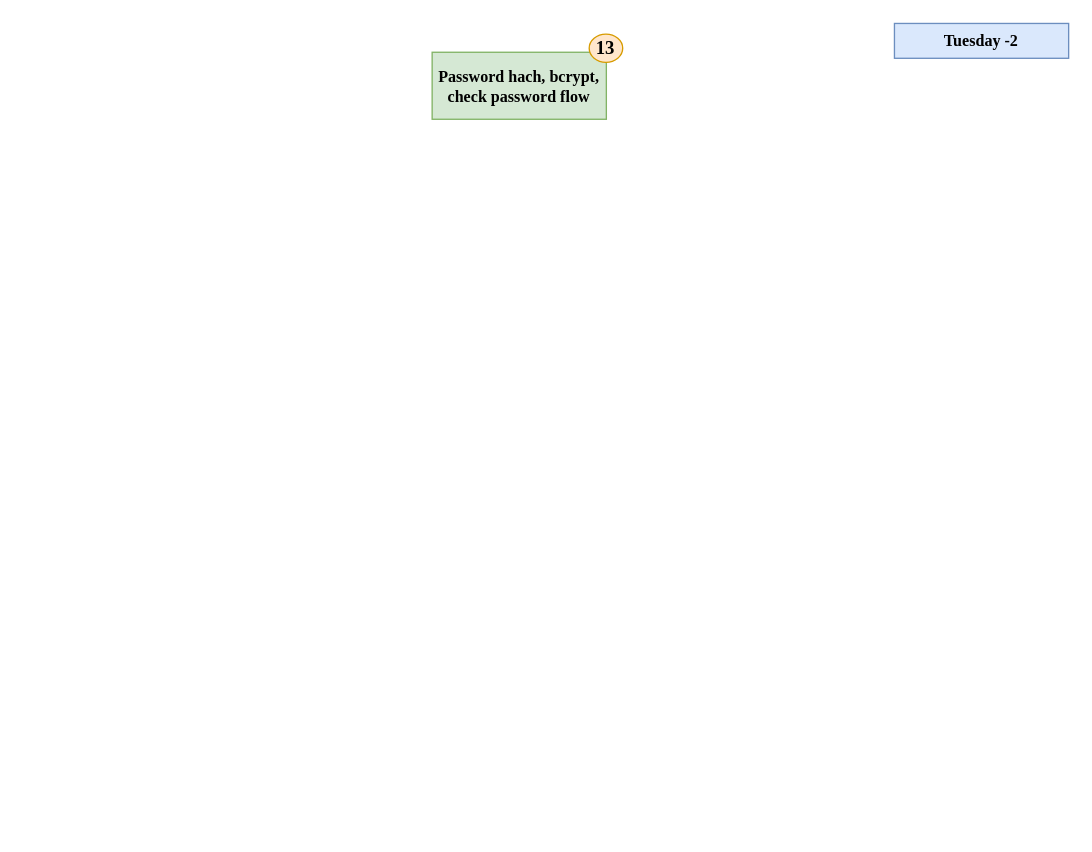
Earlier version of the draw.io diagram page "Tuesday" (3 of 5) of Fundamentals_conception_Node.drawio (AndrosovMA/Fundamentals-NodeJS). Source tidied: cells renumbered, new cells numbered last; positions are measured from the earlier drawing's top-left corner, leaving out a move shared by most shapes. Both pictures are drawn from the tidied source at 134%, with x=0, y=0 at pixel (431, 23).
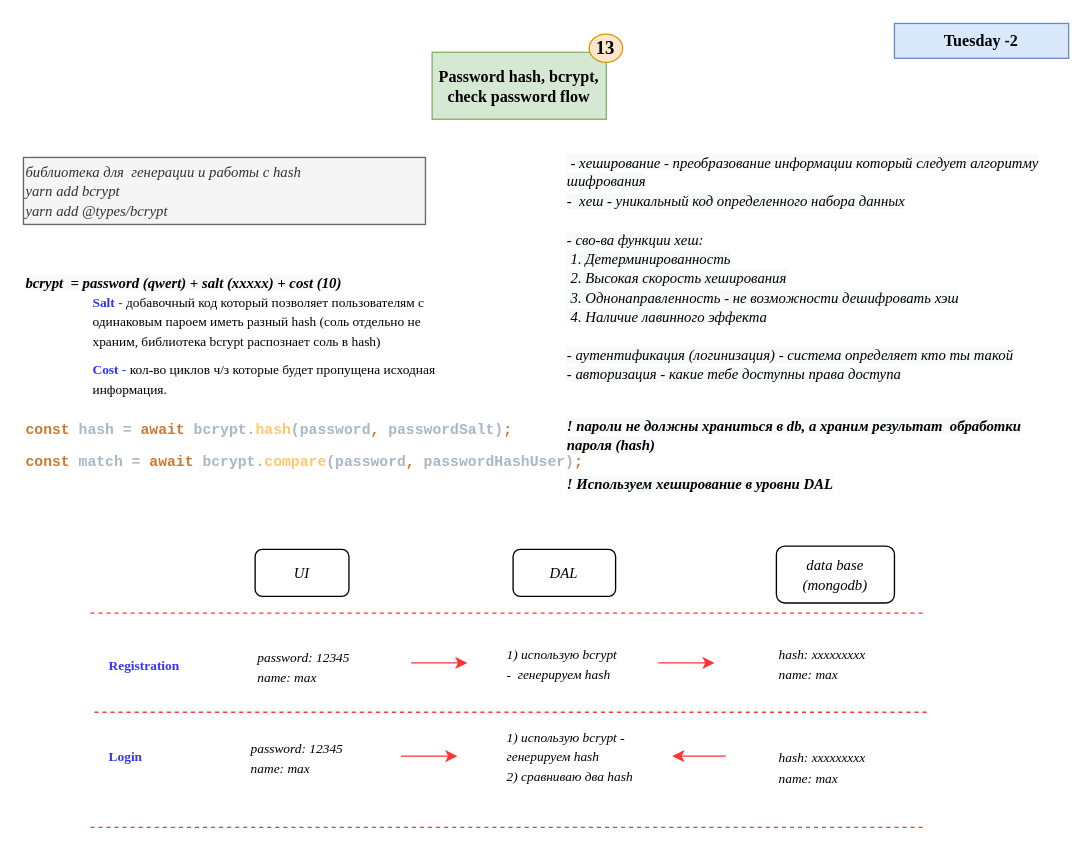
Above is the later version.

The change refers to these unchanged cells:
```xml
<mxCell id="2" style="group;" parent="1" vertex="1">
  <mxGeometry width="137.2" height="60.5" as="geometry" />
</mxCell>
```

Diff of the diagram source:
```diff
@@
-    <mxCell id="3" value="&lt;b&gt;Password hach, bcrypt, check password flow&lt;br&gt;&lt;/b&gt;" style="rounded=0;whiteSpace=wrap;html=1;fillColor=#d5e8d4;strokeColor=#82b366;fontFamily=Times New Roman;" parent="2" vertex="1">
+    <mxCell id="3" value="&lt;b&gt;Password hash, bcrypt, check password flow&lt;br&gt;&lt;/b&gt;" style="rounded=0;whiteSpace=wrap;html=1;fillColor=#d5e8d4;strokeColor=#82b366;fontFamily=Times New Roman;" parent="2" vertex="1">
       <mxGeometry y="21.5" width="130" height="50" as="geometry" />
     </mxCell>
@@
+    <mxCell id="6" value="&lt;font size=&quot;1&quot; face=&quot;times new roman&quot;&gt;&lt;i style=&quot;font-size: 11px;&quot;&gt;библиотека для&amp;nbsp; генерации и работы с hash&lt;br&gt;yarn add bcrypt&amp;nbsp; &lt;br&gt;yarn add @types/bcrypt&lt;br&gt;&lt;/i&gt;&lt;/font&gt;" style="text;html=1;strokeColor=#666666;fillColor=#f5f5f5;align=left;verticalAlign=middle;whiteSpace=wrap;rounded=0;fontColor=#333333;" parent="1" vertex="1">
+      <mxGeometry x="-305" y="100" width="300" height="50" as="geometry" />
+    </mxCell>
+    <mxCell id="7" value="&lt;span style=&quot;color: rgb(0, 0, 0); font-family: &amp;quot;times new roman&amp;quot;; font-size: 11px; font-style: italic; font-variant-ligatures: normal; font-variant-caps: normal; font-weight: 400; letter-spacing: normal; orphans: 2; text-align: left; text-indent: 0px; text-transform: none; widows: 2; word-spacing: 0px; -webkit-text-stroke-width: 0px; background-color: rgb(248, 249, 250); text-decoration-thickness: initial; text-decoration-style: initial; text-decoration-color: initial; float: none; display: inline !important;&quot;&gt;&amp;nbsp;- хеширование - преобразование информации который следует алгоритму шифрования&lt;br&gt;-&amp;nbsp; хеш - уникальный код определенного набора данных&lt;br&gt;&lt;br&gt;- сво-ва функции хеш:&lt;br&gt;&lt;span style=&quot;white-space: pre;&quot;&gt; &lt;/span&gt;1. Детерминированность&lt;br&gt;&lt;span style=&quot;white-space: pre;&quot;&gt; &lt;/span&gt;2. Высокая скорость хеширования&lt;br&gt;&lt;span style=&quot;white-space: pre;&quot;&gt; &lt;/span&gt;3. Однонаправленность - не возможности дешифровать хэш&lt;br&gt;&lt;span style=&quot;white-space: pre;&quot;&gt; &lt;/span&gt;4. Наличие лавинного эффекта&lt;br&gt;&lt;br&gt;- аутентификация (логинизация) - система определяет кто ты такой&lt;br&gt;- авторизация - какие тебе доступны права доступа&lt;br&gt;&lt;br&gt;&lt;/span&gt;" style="text;whiteSpace=wrap;html=1;" parent="1" vertex="1">
+      <mxGeometry x="99" y="90" width="376" height="170" as="geometry" />
+    </mxCell>
+    <mxCell id="8" value="&lt;span style=&quot;font-size: 10px&quot;&gt;&lt;font color=&quot;#3333ff&quot;&gt;&lt;b&gt;Salt -&lt;/b&gt; &lt;/font&gt;добавочный код который позволяет пользователям с одинаковым пароем иметь разный hash (соль отдельно не храним, библиотека bcrypt распознает соль в hash)&lt;br&gt;&lt;/span&gt;" style="rounded=0;whiteSpace=wrap;html=1;shadow=0;dashed=1;align=left;fontFamily=Times New Roman;fontStyle=0;fillColor=none;strokeColor=none;" parent="1" vertex="1">
+      <mxGeometry x="-255" y="202" width="280" height="40" as="geometry" />
+    </mxCell>
+    <mxCell id="9" value="&lt;span style=&quot;color: rgb(0, 0, 0); font-family: &amp;quot;times new roman&amp;quot;; font-size: 11px; font-style: italic; font-variant-ligatures: normal; font-variant-caps: normal; letter-spacing: normal; orphans: 2; text-align: left; text-indent: 0px; text-transform: none; widows: 2; word-spacing: 0px; -webkit-text-stroke-width: 0px; background-color: rgb(248, 249, 250); text-decoration-thickness: initial; text-decoration-style: initial; text-decoration-color: initial; float: none; display: inline !important;&quot;&gt;! пароли не должны храниться в db, а храним результат&amp;nbsp; обработки пароля (hash)&lt;br&gt;&lt;br&gt;! Используем хеширование в уровни DAL&lt;br&gt;&lt;/span&gt;" style="text;whiteSpace=wrap;html=1;fontStyle=1;" parent="1" vertex="1">
+      <mxGeometry x="99" y="287" width="376" height="70" as="geometry" />
+    </mxCell>
+    <mxCell id="10" value="&lt;span style=&quot;color: rgb(0, 0, 0); font-family: &amp;quot;times new roman&amp;quot;; font-size: 11px; font-style: italic; font-variant-ligatures: normal; font-variant-caps: normal; letter-spacing: normal; orphans: 2; text-align: left; text-indent: 0px; text-transform: none; widows: 2; word-spacing: 0px; -webkit-text-stroke-width: 0px; background-color: rgb(248, 249, 250); text-decoration-thickness: initial; text-decoration-style: initial; text-decoration-color: initial; float: none; display: inline !important;&quot;&gt;bcrypt&amp;nbsp; = password (qwert) + salt (xxxxx) + cost (10)&lt;br&gt;&lt;/span&gt;" style="text;whiteSpace=wrap;html=1;fontStyle=1;" parent="1" vertex="1">
+      <mxGeometry x="-305" y="180" width="252" height="30" as="geometry" />
+    </mxCell>
+    <mxCell id="11" value="&lt;span style=&quot;font-size: 10px&quot;&gt;&lt;font color=&quot;#3333ff&quot;&gt;&lt;b&gt;Cost -&lt;/b&gt;&amp;nbsp;&lt;/font&gt;кол-во циклов ч/з которые будет пропущена исходная информация.&lt;br&gt;&lt;/span&gt;" style="rounded=0;whiteSpace=wrap;html=1;shadow=0;dashed=1;align=left;fontFamily=Times New Roman;fontStyle=0;fillColor=none;strokeColor=none;" parent="1" vertex="1">
+      <mxGeometry x="-255" y="250" width="280" height="30" as="geometry" />
+    </mxCell>
+    <mxCell id="12" value="&lt;pre style=&quot;color: rgb(169, 183, 198); font-family: &amp;quot;JetBrains Mono&amp;quot;, monospace; font-size: 11px;&quot;&gt;&lt;span style=&quot;color: rgb(204, 120, 50); font-size: 11px;&quot;&gt;const &lt;/span&gt;hash = &lt;span style=&quot;color: rgb(204, 120, 50); font-size: 11px;&quot;&gt;await &lt;/span&gt;bcrypt.&lt;span style=&quot;color: rgb(255, 198, 109); font-size: 11px;&quot;&gt;hash&lt;/span&gt;(password&lt;span style=&quot;color: rgb(204, 120, 50); font-size: 11px;&quot;&gt;, &lt;/span&gt;passwordSalt)&lt;span style=&quot;color: rgb(204, 120, 50); font-size: 11px;&quot;&gt;;&lt;br&gt;&lt;/span&gt;&lt;pre style=&quot;font-family: &amp;quot;JetBrains Mono&amp;quot;, monospace;&quot;&gt;&lt;span style=&quot;color:#cc7832;&quot;&gt;const &lt;/span&gt;match = &lt;span style=&quot;color:#cc7832;&quot;&gt;await &lt;/span&gt;bcrypt.&lt;span style=&quot;color:#ffc66d;&quot;&gt;compare&lt;/span&gt;(password&lt;span style=&quot;color:#cc7832;&quot;&gt;, &lt;/span&gt;&lt;span style=&quot;&quot;&gt;passwordHashUser&lt;/span&gt;)&lt;span style=&quot;color:#cc7832;&quot;&gt;;&lt;/span&gt;&lt;/pre&gt;&lt;span style=&quot;color: rgb(204, 120, 50); font-size: 11px;&quot;&gt;&lt;br&gt;&lt;/span&gt;&lt;/pre&gt;" style="text;whiteSpace=wrap;html=1;fontColor=#000000;labelBackgroundColor=none;fontStyle=1;fontSize=11;" parent="1" vertex="1">
+      <mxGeometry x="-305" y="280" width="380" height="70" as="geometry" />
+    </mxCell>
+    <mxCell id="13" value="&lt;font style=&quot;&quot;&gt;&lt;span style=&quot;font-size: 11px;&quot;&gt;&lt;i&gt;UI&lt;/i&gt;&lt;/span&gt;&lt;br&gt;&lt;/font&gt;" style="rounded=1;whiteSpace=wrap;html=1;shadow=0;align=center;fontFamily=Times New Roman;fontStyle=0;fillStyle=auto;" parent="1" vertex="1">
+      <mxGeometry x="-132.1" y="392.5" width="70" height="35" as="geometry" />
+    </mxCell>
+    <mxCell id="14" value="&lt;font style=&quot;&quot;&gt;&lt;span style=&quot;font-size: 11px;&quot;&gt;&lt;i&gt;DAL&lt;/i&gt;&lt;/span&gt;&lt;br&gt;&lt;/font&gt;" style="rounded=1;whiteSpace=wrap;html=1;shadow=0;align=center;fontFamily=Times New Roman;fontStyle=0;gradientColor=none;fillStyle=auto;" parent="1" vertex="1">
+      <mxGeometry x="60.4" y="392.5" width="76.5" height="35" as="geometry" />
+    </mxCell>
+    <mxCell id="15" value="&lt;font style=&quot;&quot;&gt;&lt;span style=&quot;font-size: 11px;&quot;&gt;&lt;i&gt;data base &lt;br&gt;(mongodb)&lt;/i&gt;&lt;/span&gt;&lt;br&gt;&lt;/font&gt;" style="rounded=1;whiteSpace=wrap;html=1;shadow=0;align=center;fontFamily=Times New Roman;fontStyle=0;fillStyle=auto;" parent="1" vertex="1">
+      <mxGeometry x="256.9" y="390" width="88.1" height="42.5" as="geometry" />
+    </mxCell>
+    <mxCell id="16" value="&lt;span style=&quot;font-size: 10px&quot;&gt;&lt;b&gt;&lt;font color=&quot;#3333ff&quot;&gt;Registration&amp;nbsp;&lt;/font&gt;&lt;/b&gt;&lt;br&gt;&lt;/span&gt;" style="rounded=0;whiteSpace=wrap;html=1;shadow=0;dashed=1;align=left;fontFamily=Times New Roman;fontStyle=0;fillColor=none;strokeColor=none;" parent="1" vertex="1">
+      <mxGeometry x="-243.1" y="462.5" width="60" height="32.5" as="geometry" />
+    </mxCell>
+    <mxCell id="17" value="&lt;span style=&quot;font-size: 10px&quot;&gt;&lt;b&gt;&lt;font color=&quot;#3333ff&quot;&gt;Login&lt;/font&gt;&lt;/b&gt;&lt;br&gt;&lt;/span&gt;" style="rounded=0;whiteSpace=wrap;html=1;shadow=0;dashed=1;align=left;fontFamily=Times New Roman;fontStyle=0;fillColor=none;strokeColor=none;" parent="1" vertex="1">
+      <mxGeometry x="-243.1" y="530.8" width="40" height="32.5" as="geometry" />
+    </mxCell>
+    <mxCell id="18" value="&lt;span style=&quot;font-size: 10px;&quot;&gt;password: 12345&lt;br&gt;name: max&lt;br&gt;&lt;/span&gt;" style="rounded=0;whiteSpace=wrap;html=1;shadow=0;dashed=1;align=left;fontFamily=Times New Roman;fontStyle=2;fillColor=none;strokeColor=none;" parent="1" vertex="1">
+      <mxGeometry x="-132.1" y="462.5" width="80" height="35" as="geometry" />
+    </mxCell>
+    <mxCell id="19" style="edgeStyle=orthogonalEdgeStyle;rounded=0;jumpStyle=none;orthogonalLoop=1;jettySize=auto;html=1;strokeColor=#FF3333;strokeWidth=1;fontSize=11;" parent="1" edge="1">
+      <mxGeometry relative="1" as="geometry">
+        <mxPoint x="-15.7" y="477.3" as="sourcePoint" />
+        <mxPoint x="26.3" y="477.2" as="targetPoint" />
+        <Array as="points">
+          <mxPoint x="26.3" y="477.3" />
+        </Array>
+      </mxGeometry>
+    </mxCell>
+    <mxCell id="20" value="&lt;span style=&quot;font-size: 10px;&quot;&gt;1) использую bcrypt -&amp;nbsp; генерируем hash&lt;br&gt;&lt;/span&gt;" style="rounded=0;whiteSpace=wrap;html=1;shadow=0;dashed=1;align=left;fontFamily=Times New Roman;fontStyle=2;fillColor=none;strokeColor=none;" parent="1" vertex="1">
+      <mxGeometry x="53.5" y="460" width="90.3" height="35" as="geometry" />
+    </mxCell>
+    <mxCell id="21" style="edgeStyle=orthogonalEdgeStyle;rounded=0;jumpStyle=none;orthogonalLoop=1;jettySize=auto;html=1;strokeColor=#FF3333;strokeWidth=1;fontSize=11;" parent="1" edge="1">
+      <mxGeometry relative="1" as="geometry">
+        <mxPoint x="168.8" y="477.3" as="sourcePoint" />
+        <mxPoint x="210.8" y="477.2" as="targetPoint" />
+        <Array as="points">
+          <mxPoint x="210.8" y="477.3" />
+        </Array>
+      </mxGeometry>
+    </mxCell>
+    <mxCell id="22" value="&lt;span style=&quot;font-size: 10px;&quot;&gt;hash: xxxxxxxxx&lt;br&gt;name: max&lt;br&gt;&lt;/span&gt;" style="rounded=0;whiteSpace=wrap;html=1;shadow=0;dashed=1;align=left;fontFamily=Times New Roman;fontStyle=2;fillColor=none;strokeColor=none;" parent="1" vertex="1">
+      <mxGeometry x="256.9" y="460" width="106" height="35" as="geometry" />
+    </mxCell>
+    <mxCell id="23" value="&lt;span style=&quot;font-size: 10px;&quot;&gt;password: 12345&lt;br&gt;name: max&lt;br&gt;&lt;/span&gt;" style="rounded=0;whiteSpace=wrap;html=1;shadow=0;dashed=1;align=left;fontFamily=Times New Roman;fontStyle=2;fillColor=none;strokeColor=none;" parent="1" vertex="1">
+      <mxGeometry x="-137.1" y="530.8" width="80" height="35" as="geometry" />
+    </mxCell>
+    <mxCell id="24" style="edgeStyle=orthogonalEdgeStyle;rounded=0;jumpStyle=none;orthogonalLoop=1;jettySize=auto;html=1;strokeColor=#FF3333;strokeWidth=1;fontSize=11;" parent="1" edge="1">
+      <mxGeometry relative="1" as="geometry">
+        <mxPoint x="-23.1" y="546.8" as="sourcePoint" />
+        <mxPoint x="18.9" y="546.8" as="targetPoint" />
+        <Array as="points">
+          <mxPoint x="18.9" y="546.8" />
+        </Array>
+      </mxGeometry>
+    </mxCell>
+    <mxCell id="25" value="&lt;span style=&quot;font-size: 10px;&quot;&gt;1) использую bcrypt -&amp;nbsp; генерируем hash&lt;br&gt;2) сравниваю два hash&lt;br&gt;&lt;/span&gt;" style="rounded=0;whiteSpace=wrap;html=1;shadow=0;dashed=1;align=left;fontFamily=Times New Roman;fontStyle=2;fillColor=none;strokeColor=none;" parent="1" vertex="1">
+      <mxGeometry x="53.5" y="522" width="113.4" height="50" as="geometry" />
+    </mxCell>
+    <mxCell id="26" value="&lt;span style=&quot;font-size: 10px;&quot;&gt;hash: xxxxxxxxx&lt;br&gt;name: max&lt;br&gt;&lt;/span&gt;" style="rounded=0;whiteSpace=wrap;html=1;shadow=0;dashed=1;align=left;fontFamily=Times New Roman;fontStyle=2;fillColor=none;strokeColor=none;" parent="1" vertex="1">
+      <mxGeometry x="256.9" y="537" width="106" height="35" as="geometry" />
+    </mxCell>
+    <mxCell id="27" style="edgeStyle=orthogonalEdgeStyle;rounded=0;jumpStyle=none;orthogonalLoop=1;jettySize=auto;html=1;strokeColor=#FF3333;strokeWidth=1;fontSize=11;" parent="1" edge="1">
+      <mxGeometry relative="1" as="geometry">
+        <mxPoint x="219.1" y="546.7" as="sourcePoint" />
+        <mxPoint x="179.2" y="546.8" as="targetPoint" />
+        <Array as="points">
+          <mxPoint x="179.1" y="546.8" />
+        </Array>
+      </mxGeometry>
+    </mxCell>
+    <mxCell id="28" style="edgeStyle=orthogonalEdgeStyle;rounded=0;jumpStyle=none;orthogonalLoop=1;jettySize=auto;html=1;strokeColor=#FF3333;strokeWidth=1;fontSize=11;endArrow=none;endFill=0;dashed=1;" parent="1" edge="1">
+      <mxGeometry relative="1" as="geometry">
+        <mxPoint x="-255" y="440" as="sourcePoint" />
+        <mxPoint x="366.9" y="440" as="targetPoint" />
+        <Array as="points">
+          <mxPoint x="-213" y="440" />
+        </Array>
+      </mxGeometry>
+    </mxCell>
+    <mxCell id="29" style="edgeStyle=orthogonalEdgeStyle;rounded=0;jumpStyle=none;orthogonalLoop=1;jettySize=auto;html=1;strokeColor=#FF3333;strokeWidth=1;fontSize=11;endArrow=none;endFill=0;dashed=1;" parent="1" edge="1">
+      <mxGeometry relative="1" as="geometry">
+        <mxPoint x="-252" y="514" as="sourcePoint" />
+        <mxPoint x="369.9" y="514" as="targetPoint" />
+        <Array as="points">
+          <mxPoint x="-210" y="514" />
+        </Array>
+      </mxGeometry>
+    </mxCell>
+    <mxCell id="30" style="edgeStyle=orthogonalEdgeStyle;rounded=0;jumpStyle=none;orthogonalLoop=1;jettySize=auto;html=1;strokeColor=#FF3333;strokeWidth=1;fontSize=11;endArrow=none;endFill=0;dashed=1;" parent="1" edge="1">
+      <mxGeometry relative="1" as="geometry">
+        <mxPoint x="-255" y="600" as="sourcePoint" />
+        <mxPoint x="366.9" y="600" as="targetPoint" />
+        <Array as="points">
+          <mxPoint x="-213" y="600" />
+        </Array>
+      </mxGeometry>
+    </mxCell>
```
